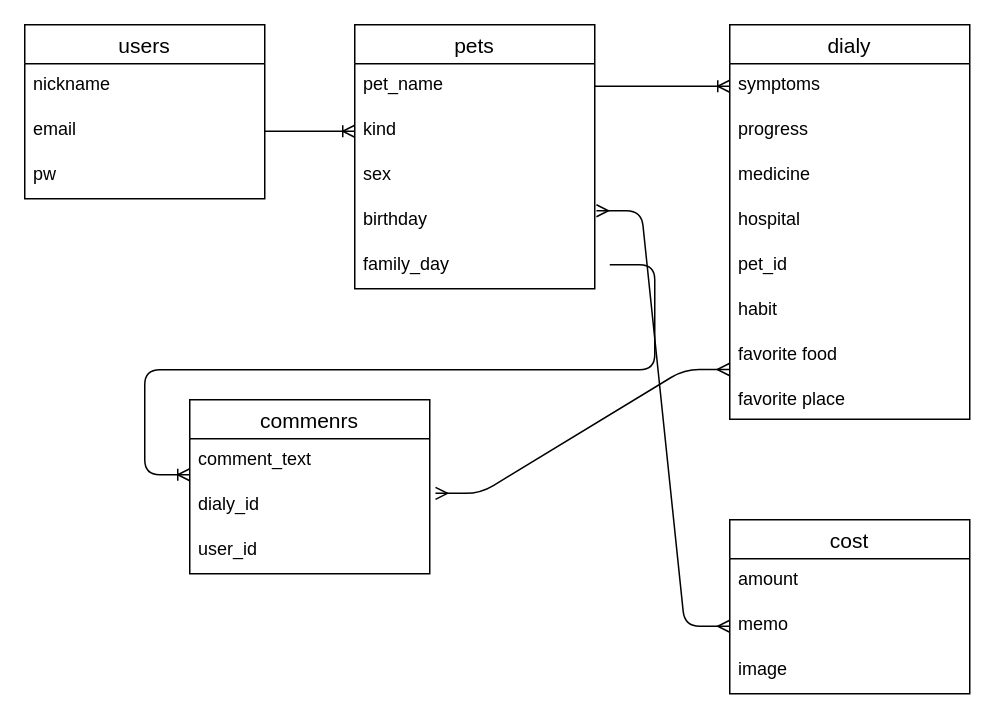
ohashiyukio/original keeps this draw.io diagram as .dio. Above is the earlier version. Source tidied: cells renumbered, new cells numbered last; positions are measured from the earlier drawing's top-left corner, leaving out a move shared by most shapes. Both pictures are drawn from the tidied source at 150%, with x=0, y=0 at pixel (24, 24).
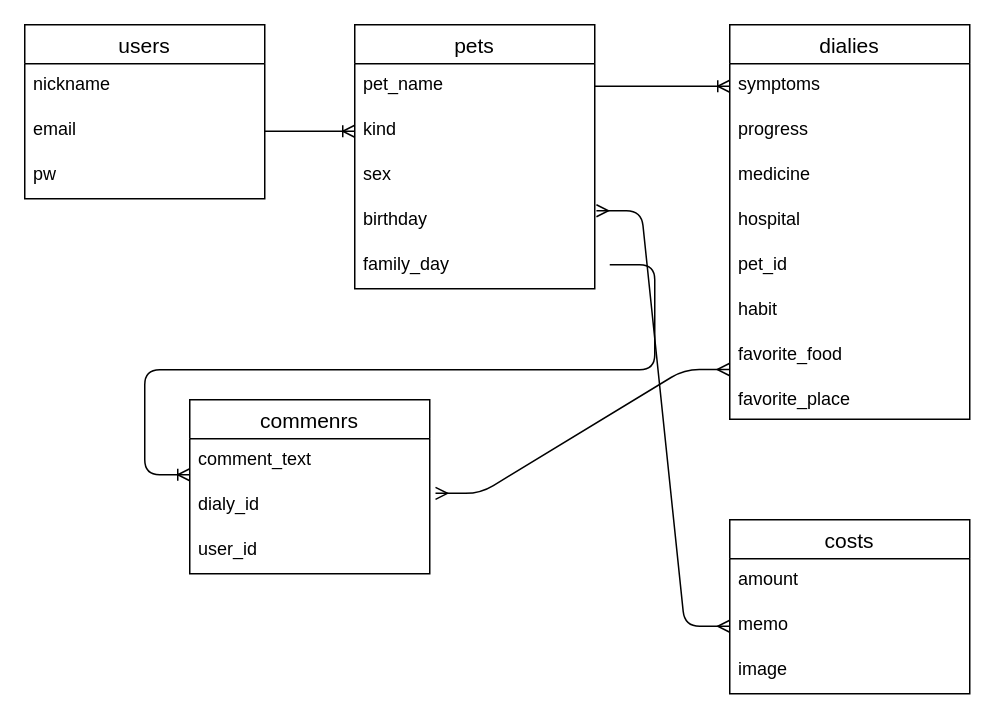
The same diagram, later.

Change to the diagram source:
```diff
@@
-    <mxCell id="8" value="dialy" style="swimlane;fontStyle=0;horizontal=1;startSize=26;align=center;fontSize=14;" parent="1" vertex="1">
+    <mxCell id="8" value="dialies" style="swimlane;fontStyle=0;horizontal=1;startSize=26;align=center;fontSize=14;" parent="1" vertex="1">
       <mxGeometry x="470" width="160" height="263" as="geometry" />
     </mxCell>
@@
-    <mxCell id="15" value="favorite food" style="text;strokeColor=none;fillColor=none;spacingLeft=4;spacingRight=4;overflow=hidden;points=[[0,0.5],[1,0.5]];portConstraint=eastwest;fontSize=12;" parent="8" vertex="1">
+    <mxCell id="15" value="favorite_food" style="text;strokeColor=none;fillColor=none;spacingLeft=4;spacingRight=4;overflow=hidden;points=[[0,0.5],[1,0.5]];portConstraint=eastwest;fontSize=12;" parent="8" vertex="1">
       <mxGeometry y="206" width="160" height="30" as="geometry" />
     </mxCell>
-    <mxCell id="16" value="favorite place&#10;" style="text;strokeColor=none;fillColor=none;spacingLeft=4;spacingRight=4;overflow=hidden;fontSize=12;" parent="8" vertex="1">
+    <mxCell id="16" value="favorite_place&#10;" style="text;strokeColor=none;fillColor=none;spacingLeft=4;spacingRight=4;overflow=hidden;fontSize=12;" parent="8" vertex="1">
       <mxGeometry y="236" width="160" height="27" as="geometry" />
     </mxCell>
@@
-    <mxCell id="21" value="cost" style="swimlane;fontStyle=0;horizontal=1;startSize=26;align=center;fontSize=14;" parent="1" vertex="1">
+    <mxCell id="21" value="costs" style="swimlane;fontStyle=0;horizontal=1;startSize=26;align=center;fontSize=14;" parent="1" vertex="1">
       <mxGeometry x="470" y="330" width="160" height="116" as="geometry" />
     </mxCell>
```
